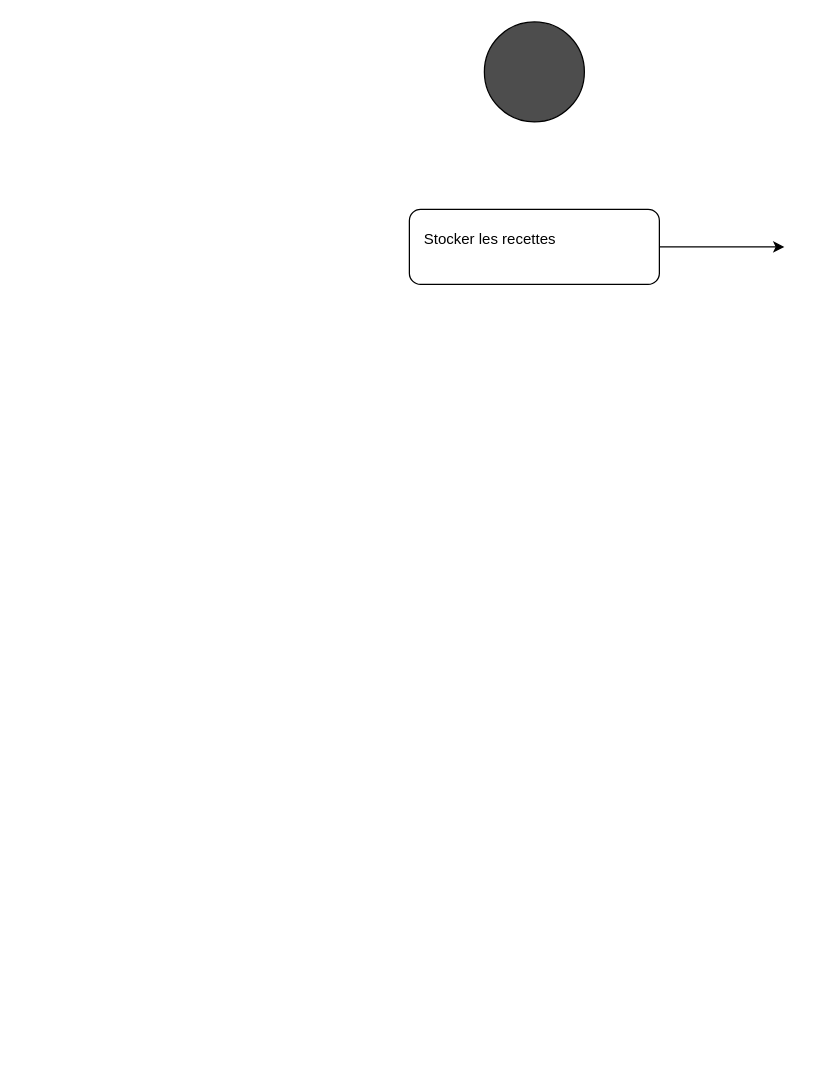
The draw.io diagram src/Diagramme sans nom.drawio in AnthonyHaye/Les-petits-plats, before the edit. Source tidied: cells renumbered, new cells numbered last; positions are measured from the earlier drawing's top-left corner, leaving out a move shared by most shapes. Both pictures are drawn from the tidied source at 125%, with x=0, y=0 at pixel (409, 21).
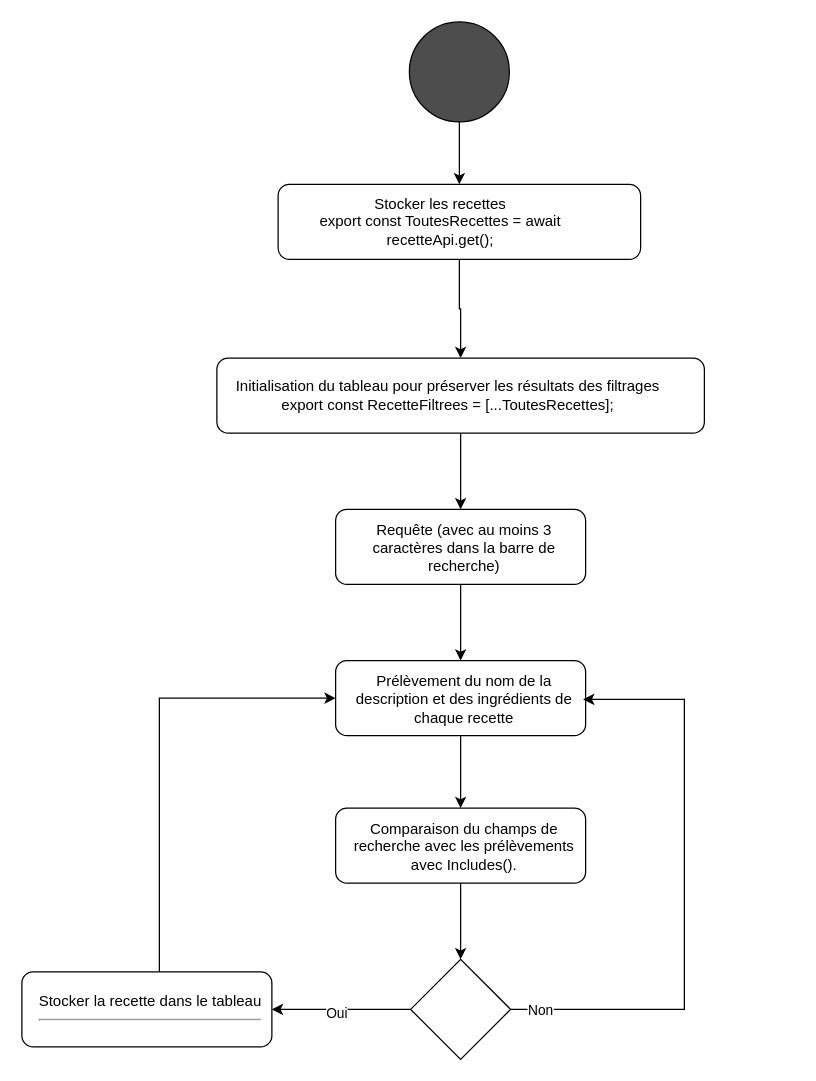
Above is the later version.

Commit message (it also covers changes not shown here):
Mettre à jour Diagramme sans nom.drawio

The edit, as a diff of the source:
```diff
@@
+    <mxCell id="6" style="edgeStyle=orthogonalEdgeStyle;rounded=0;jettySize=auto;html=1;exitX=0.5;exitY=1;exitDx=0;exitDy=0;entryX=0.5;entryY=0;entryDx=0;entryDy=0;" parent="1" edge="1" source="2" target="4">
+      <mxGeometry relative="1" as="geometry" />
+    </mxCell>
     <mxCell id="2" style="ellipse;whiteSpace=wrap;html=1;fillColor=#4D4D4D;" parent="1" vertex="1">
-      <mxGeometry x="60" width="80" height="80" as="geometry" />
+      <mxGeometry width="80" height="80" as="geometry" />
     </mxCell>
-    <mxCell id="3" style="edgeStyle=orthogonalEdgeStyle;rounded=0;jettySize=auto;html=1;" parent="1" edge="1" source="4">
-      <mxGeometry relative="1" as="geometry">
-        <mxPoint x="300" y="180" as="targetPoint" />
-      </mxGeometry>
-    </mxCell>
+    <mxCell id="7" style="edgeStyle=orthogonalEdgeStyle;rounded=0;jettySize=auto;html=1;entryX=0.5;entryY=0;entryDx=0;entryDy=0;" parent="1" edge="1" source="4" target="10">
+      <mxGeometry relative="1" as="geometry" />
+    </mxCell>
     <mxCell id="4" style="rounded=1;whiteSpace=wrap;html=1;" parent="1" vertex="1">
-      <mxGeometry y="150" width="200" height="60" as="geometry" />
+      <mxGeometry x="-105" y="130" width="290" height="60" as="geometry" />
     </mxCell>
-    <mxCell id="5" value="Stocker les recettes" style="text;html=1;whiteSpace=wrap;overflow=hidden;rounded=0;" parent="1" vertex="1">
-      <mxGeometry x="10" y="160" width="180" height="30" as="geometry" />
-    </mxCell>
+    <mxCell id="8" value="&lt;div&gt;Stocker les recettes&lt;/div&gt;&lt;div&gt;&lt;span class=&quot;hljs-keyword&quot;&gt;export&lt;/span&gt; &lt;span class=&quot;hljs-keyword&quot;&gt;const&lt;/span&gt; &lt;span class=&quot;hljs-title class_&quot;&gt;ToutesRecettes&lt;/span&gt; = &lt;span class=&quot;hljs-keyword&quot;&gt;await&lt;/span&gt; recetteApi.&lt;span class=&quot;hljs-title function_&quot;&gt;get&lt;/span&gt;();&lt;/div&gt;" style="text;html=1;align=center;verticalAlign=middle;whiteSpace=wrap;rounded=0;" parent="1" vertex="1">
+      <mxGeometry x="-95" y="145" width="240" height="30" as="geometry" />
+    </mxCell>
+    <mxCell id="9" style="edgeStyle=orthogonalEdgeStyle;rounded=0;jettySize=auto;html=1;entryX=0.5;entryY=0;entryDx=0;entryDy=0;" parent="1" edge="1" source="10" target="13">
+      <mxGeometry relative="1" as="geometry" />
+    </mxCell>
+    <mxCell id="10" style="rounded=1;whiteSpace=wrap;html=1;" parent="1" vertex="1">
+      <mxGeometry x="-154" y="269" width="390" height="60" as="geometry" />
+    </mxCell>
+    <mxCell id="11" value="&lt;div&gt;Initialisation du tableau pour préserver les résultats des filtrages&lt;/div&gt;&lt;div&gt;&lt;span class=&quot;hljs-keyword&quot;&gt;export&lt;/span&gt; &lt;span class=&quot;hljs-keyword&quot;&gt;const&lt;/span&gt; &lt;span class=&quot;hljs-title class_&quot;&gt;RecetteFiltrees&lt;/span&gt; = [...&lt;span class=&quot;hljs-title class_&quot;&gt;ToutesRecettes&lt;/span&gt;];&lt;/div&gt;" style="text;html=1;align=center;verticalAlign=middle;whiteSpace=wrap;rounded=0;" parent="1" vertex="1">
+      <mxGeometry x="-154" y="284" width="370" height="30" as="geometry" />
+    </mxCell>
+    <mxCell id="12" style="edgeStyle=orthogonalEdgeStyle;rounded=0;jettySize=auto;html=1;" parent="1" edge="1" source="13" target="16">
+      <mxGeometry relative="1" as="geometry" />
+    </mxCell>
+    <mxCell id="13" style="rounded=1;whiteSpace=wrap;html=1;" parent="1" vertex="1">
+      <mxGeometry x="-59" y="390" width="200" height="60" as="geometry" />
+    </mxCell>
+    <mxCell id="14" value="Requête (avec au moins 3 caractères dans la barre de recherche)" style="text;html=1;align=center;verticalAlign=middle;whiteSpace=wrap;rounded=0;" parent="1" vertex="1">
+      <mxGeometry x="-51" y="406" width="190" height="30" as="geometry" />
+    </mxCell>
+    <mxCell id="15" style="edgeStyle=orthogonalEdgeStyle;rounded=0;jettySize=auto;html=1;entryX=0.5;entryY=0;entryDx=0;entryDy=0;" parent="1" edge="1" source="16" target="19">
+      <mxGeometry relative="1" as="geometry" />
+    </mxCell>
+    <mxCell id="16" style="rounded=1;whiteSpace=wrap;html=1;" parent="1" vertex="1">
+      <mxGeometry x="-59" y="511" width="200" height="60" as="geometry" />
+    </mxCell>
+    <mxCell id="17" value="Prélèvement du nom de la description et des ingrédients de chaque recette" style="text;html=1;align=center;verticalAlign=middle;whiteSpace=wrap;rounded=0;" parent="1" vertex="1">
+      <mxGeometry x="-51" y="527" width="190" height="30" as="geometry" />
+    </mxCell>
+    <mxCell id="18" style="edgeStyle=orthogonalEdgeStyle;rounded=0;jettySize=auto;html=1;entryX=0;entryY=0.5;entryDx=0;entryDy=0;" parent="1" edge="1" source="19" target="25">
+      <mxGeometry relative="1" as="geometry" />
+    </mxCell>
+    <mxCell id="19" style="rounded=1;whiteSpace=wrap;html=1;" parent="1" vertex="1">
+      <mxGeometry x="-59" y="629" width="200" height="60" as="geometry" />
+    </mxCell>
+    <mxCell id="20" value="Comparaison du champs de recherche avec les prélèvements avec Includes()." style="text;html=1;align=center;verticalAlign=middle;whiteSpace=wrap;rounded=0;" parent="1" vertex="1">
+      <mxGeometry x="-51" y="645" width="190" height="30" as="geometry" />
+    </mxCell>
+    <mxCell id="21" style="edgeStyle=orthogonalEdgeStyle;rounded=0;jettySize=auto;html=1;entryX=1;entryY=0.5;entryDx=0;entryDy=0;" parent="1" edge="1" source="25" target="17">
+      <mxGeometry relative="1" as="geometry">
+        <Array as="points">
+          <mxPoint x="220" y="790" />
+          <mxPoint x="220" y="542" />
+        </Array>
+      </mxGeometry>
+    </mxCell>
+    <mxCell id="22" value="Non" style="edgeLabel;html=1;align=center;verticalAlign=middle;" parent="21" vertex="1">
+      <mxGeometry x="-0.9" relative="1" as="geometry" />
+    </mxCell>
+    <mxCell id="23" style="edgeStyle=orthogonalEdgeStyle;rounded=0;jettySize=auto;html=1;entryX=1;entryY=0.5;entryDx=0;entryDy=0;" parent="1" edge="1" source="25" target="27">
+      <mxGeometry relative="1" as="geometry" />
+    </mxCell>
+    <mxCell id="24" value="Oui" style="edgeLabel;html=1;align=center;verticalAlign=middle;" parent="23" vertex="1">
+      <mxGeometry x="0.08" y="2" relative="1" as="geometry" />
+    </mxCell>
+    <mxCell id="25" style="rhombus;whiteSpace=wrap;html=1;direction=south;" parent="1" vertex="1">
+      <mxGeometry x="1" y="750" width="80" height="80" as="geometry" />
+    </mxCell>
+    <mxCell id="26" style="edgeStyle=orthogonalEdgeStyle;rounded=0;jettySize=auto;html=1;entryX=0;entryY=0.5;entryDx=0;entryDy=0;" parent="1" edge="1" source="27" target="16">
+      <mxGeometry relative="1" as="geometry">
+        <Array as="points">
+          <mxPoint x="-200" y="541" />
+        </Array>
+      </mxGeometry>
+    </mxCell>
+    <mxCell id="27" style="rounded=1;whiteSpace=wrap;html=1;" parent="1" vertex="1">
+      <mxGeometry x="-310" y="760" width="200" height="60" as="geometry" />
+    </mxCell>
+    <mxCell id="28" value="Stocker la recette dans le tableau &lt;br&gt;&lt;hr&gt;" style="text;html=1;align=center;verticalAlign=middle;whiteSpace=wrap;rounded=0;" parent="1" vertex="1">
+      <mxGeometry x="-302" y="776" width="190" height="30" as="geometry" />
+    </mxCell>
```
